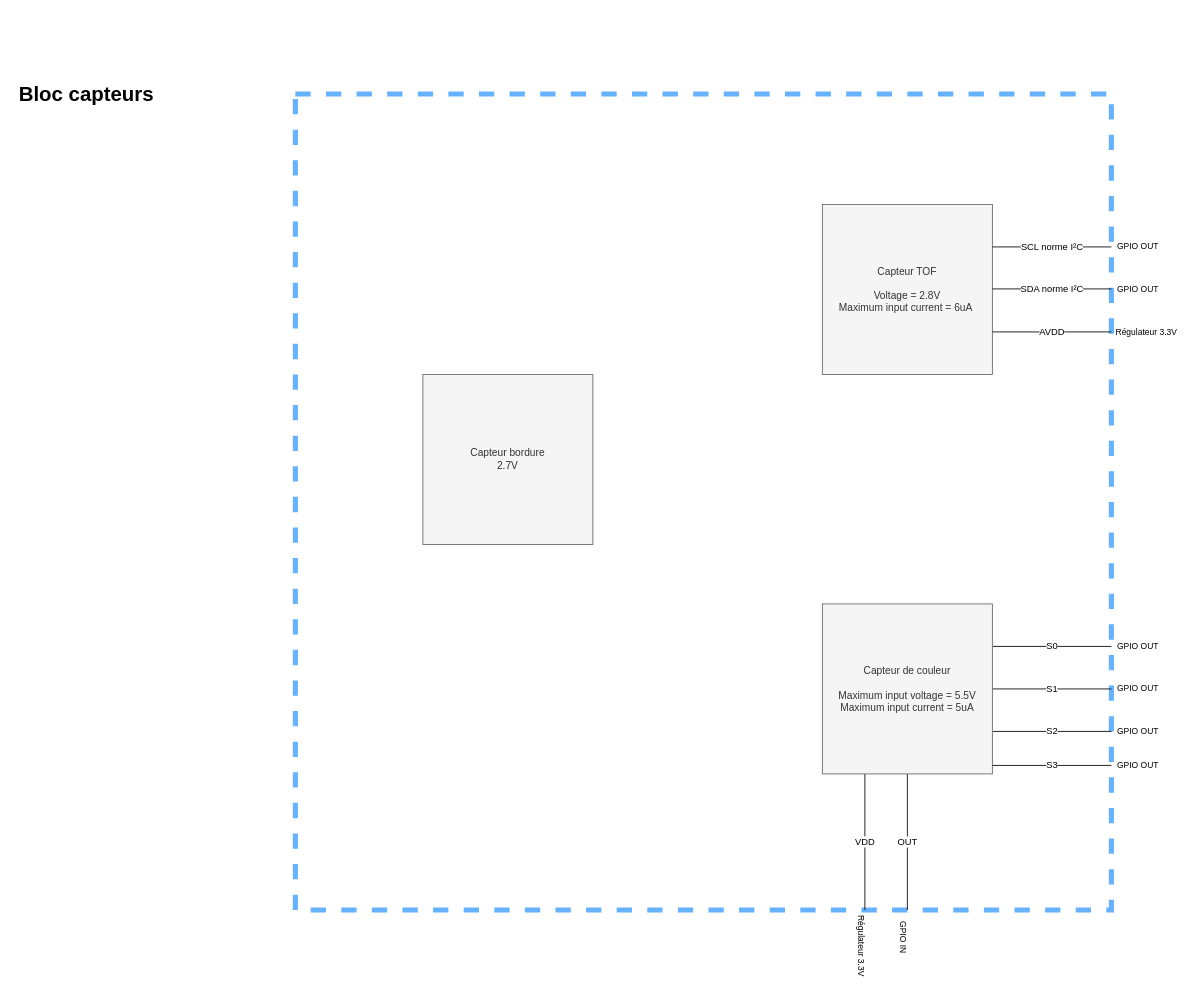
Before: page "Capteurs" (3 of 4) of Diagramme/Diagramme sans nom.drawio in Artpel1805/Beerator, a draw.io diagram. Source tidied: cells renumbered, new cells numbered last; positions are measured from the earlier drawing's top-left corner, leaving out a move shared by most shapes. Both pictures are drawn from the tidied source at 85%, with x=0, y=0 at pixel (14, 77).
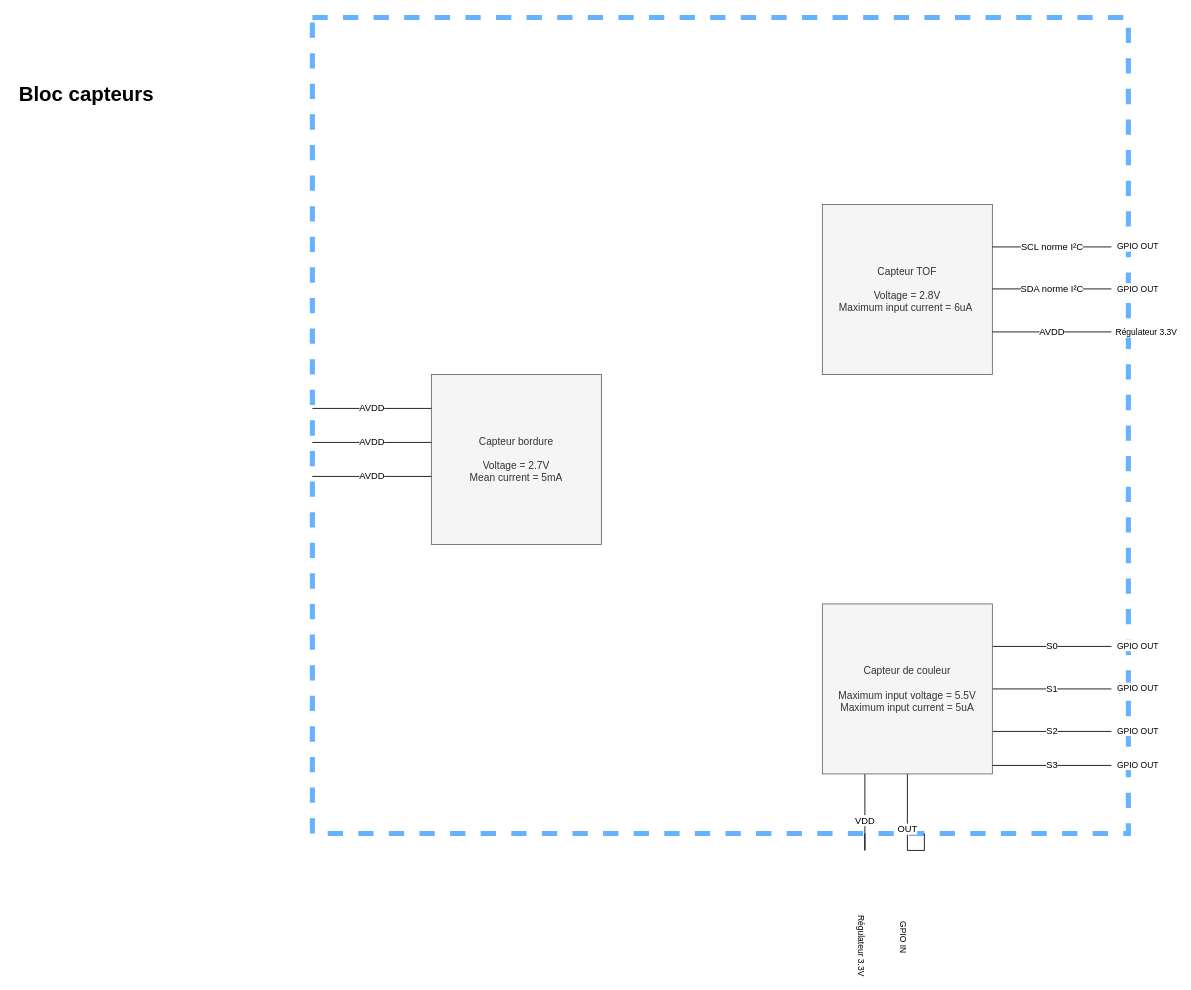
Above is the later version.

What changed in the source:
```diff
@@
     <mxCell id="2" style="whiteSpace=wrap;html=1;strokeWidth=6;dashed=1;fillColor=none;strokeColor=#66B2FF;" parent="1" vertex="1">
-      <mxGeometry x="330" y="19" width="960" height="960" as="geometry" />
+      <mxGeometry x="350" y="-71" width="960" height="960" as="geometry" />
     </mxCell>
@@
-    <mxCell id="5" value="Capteur bordure&lt;br&gt;2.7V" style="whiteSpace=wrap;html=1;align=center;newEdgeStyle={&quot;edgeStyle&quot;:&quot;elbowEdgeStyle&quot;,&quot;startArrow&quot;:&quot;none&quot;,&quot;endArrow&quot;:&quot;none&quot;};fillColor=#f5f5f5;fontColor=#333333;strokeColor=#666666;" parent="1" vertex="1">
-      <mxGeometry x="480" y="349" width="200" height="200" as="geometry" />
+    <mxCell id="5" value="Capteur bordure&lt;br&gt;&lt;br&gt;Voltage = 2.7V&lt;br&gt;Mean current = 5mA" style="whiteSpace=wrap;html=1;align=center;newEdgeStyle={&quot;edgeStyle&quot;:&quot;elbowEdgeStyle&quot;,&quot;startArrow&quot;:&quot;none&quot;,&quot;endArrow&quot;:&quot;none&quot;};fillColor=#f5f5f5;fontColor=#333333;strokeColor=#666666;" parent="1" vertex="1">
+      <mxGeometry x="490" y="349" width="200" height="200" as="geometry" />
     </mxCell>
@@
+    <mxCell id="25" value="AVDD" style="edgeStyle=orthogonalEdgeStyle;rounded=0;orthogonalLoop=1;jettySize=auto;html=1;exitX=1;exitY=0.25;exitDx=0;exitDy=0;strokeColor=default;endArrow=none;endFill=0;" parent="1" edge="1">
+      <mxGeometry relative="1" as="geometry">
+        <mxPoint x="350" y="389" as="sourcePoint" />
+        <mxPoint x="490" y="389" as="targetPoint" />
+        <Array as="points">
+          <mxPoint x="490" y="389" />
+        </Array>
+      </mxGeometry>
+    </mxCell>
+    <mxCell id="26" value="AVDD" style="edgeStyle=orthogonalEdgeStyle;rounded=0;orthogonalLoop=1;jettySize=auto;html=1;exitX=1;exitY=0.25;exitDx=0;exitDy=0;strokeColor=default;endArrow=none;endFill=0;" parent="1" edge="1">
+      <mxGeometry relative="1" as="geometry">
+        <mxPoint x="349.9" y="469" as="sourcePoint" />
+        <mxPoint x="489.9" y="469" as="targetPoint" />
+        <Array as="points">
+          <mxPoint x="489.9" y="469" />
+        </Array>
+      </mxGeometry>
+    </mxCell>
+    <mxCell id="27" value="AVDD" style="edgeStyle=orthogonalEdgeStyle;rounded=0;orthogonalLoop=1;jettySize=auto;html=1;exitX=1;exitY=0.25;exitDx=0;exitDy=0;strokeColor=default;endArrow=none;endFill=0;" parent="1" edge="1">
+      <mxGeometry relative="1" as="geometry">
+        <mxPoint x="350" y="429" as="sourcePoint" />
+        <mxPoint x="490" y="429" as="targetPoint" />
+        <Array as="points">
+          <mxPoint x="490" y="429" />
+        </Array>
+      </mxGeometry>
+    </mxCell>
```
